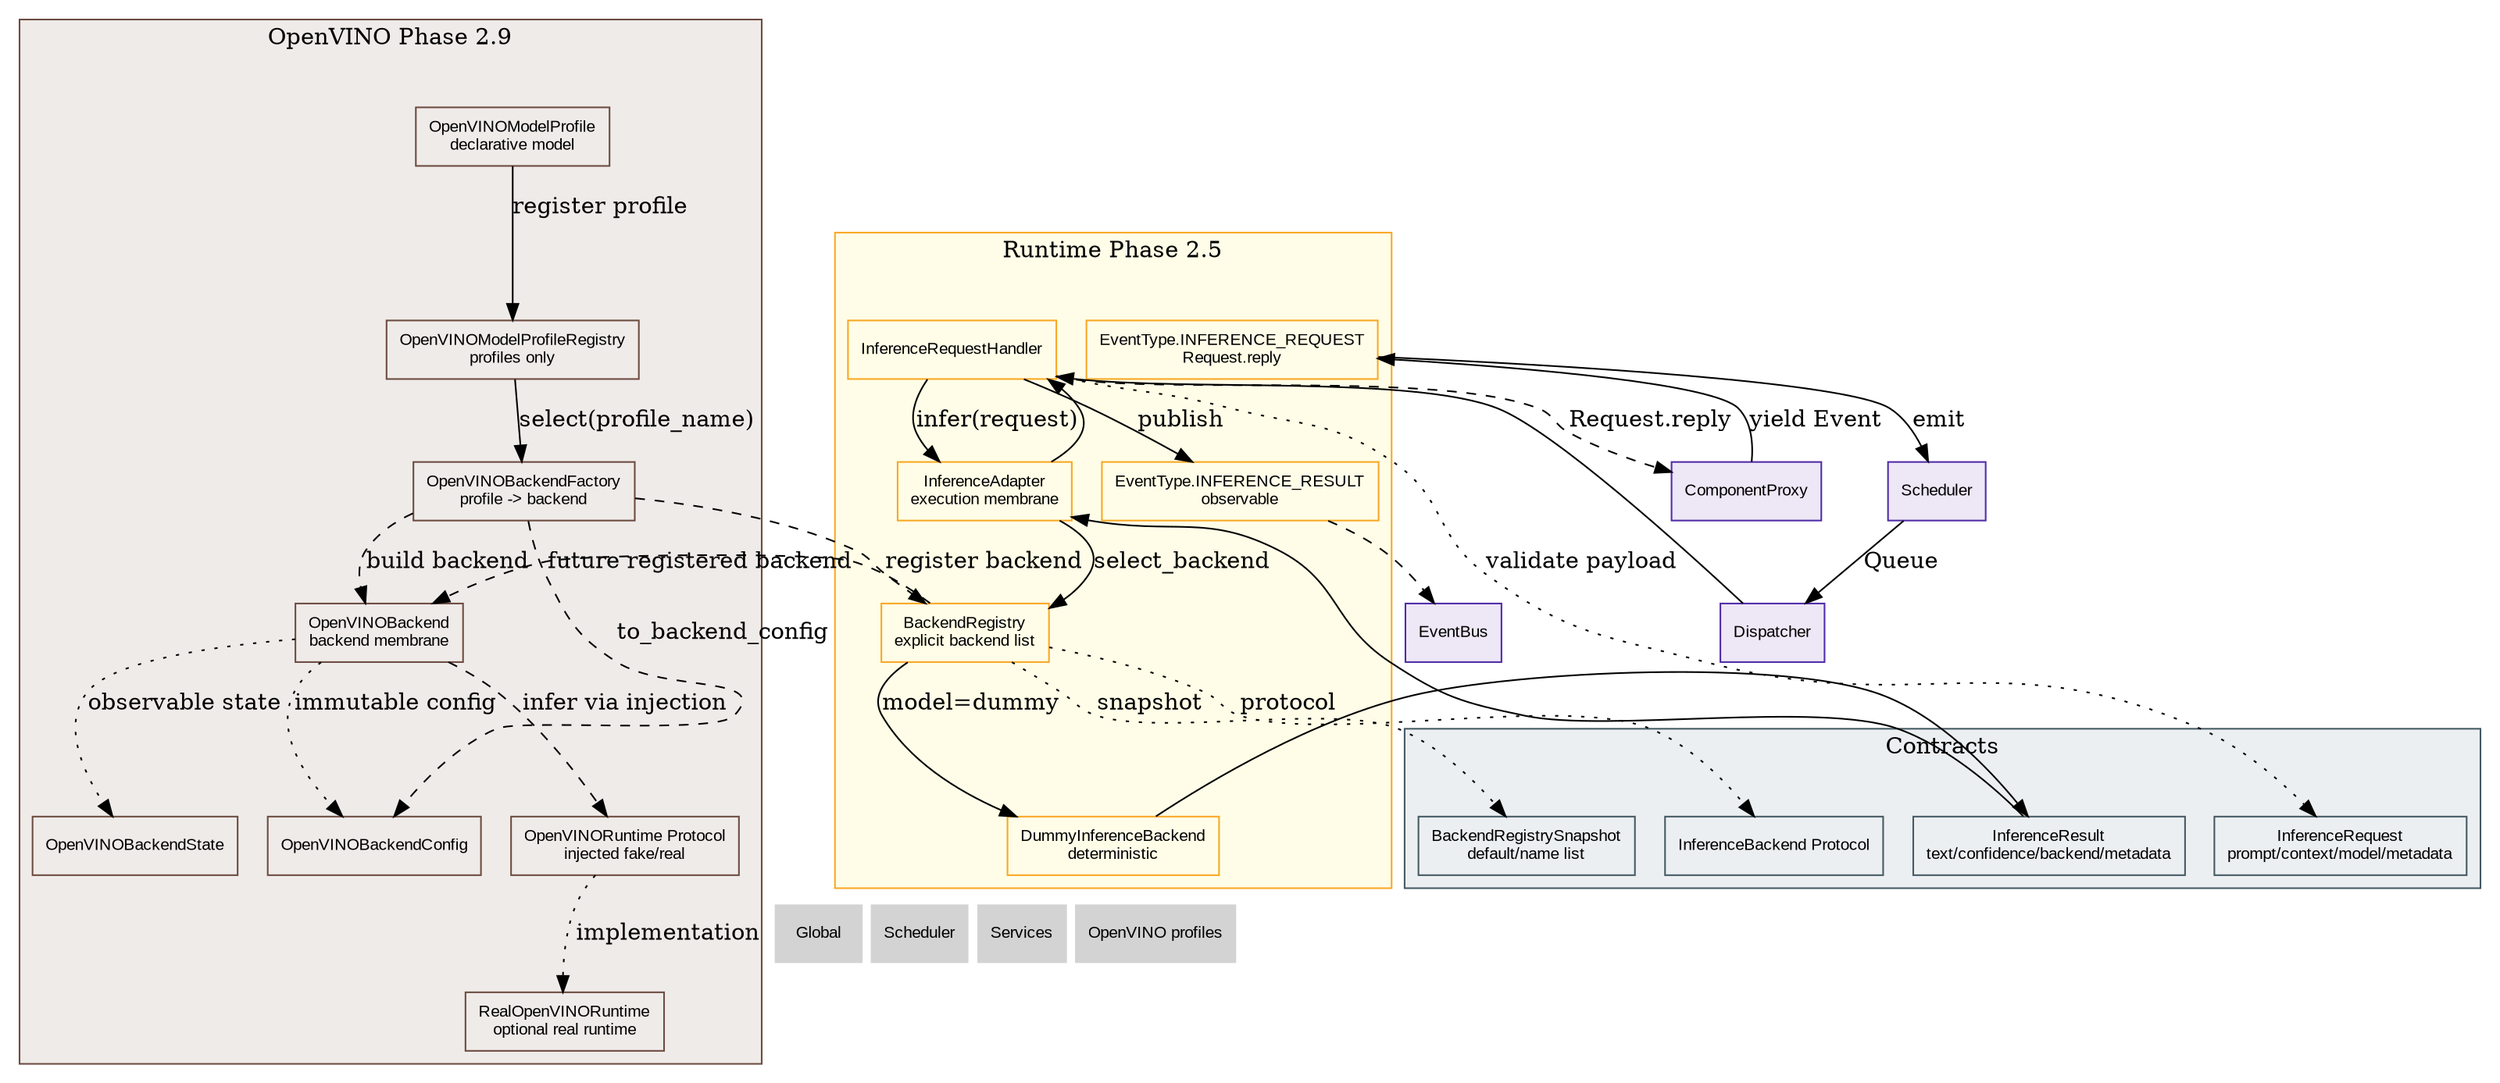
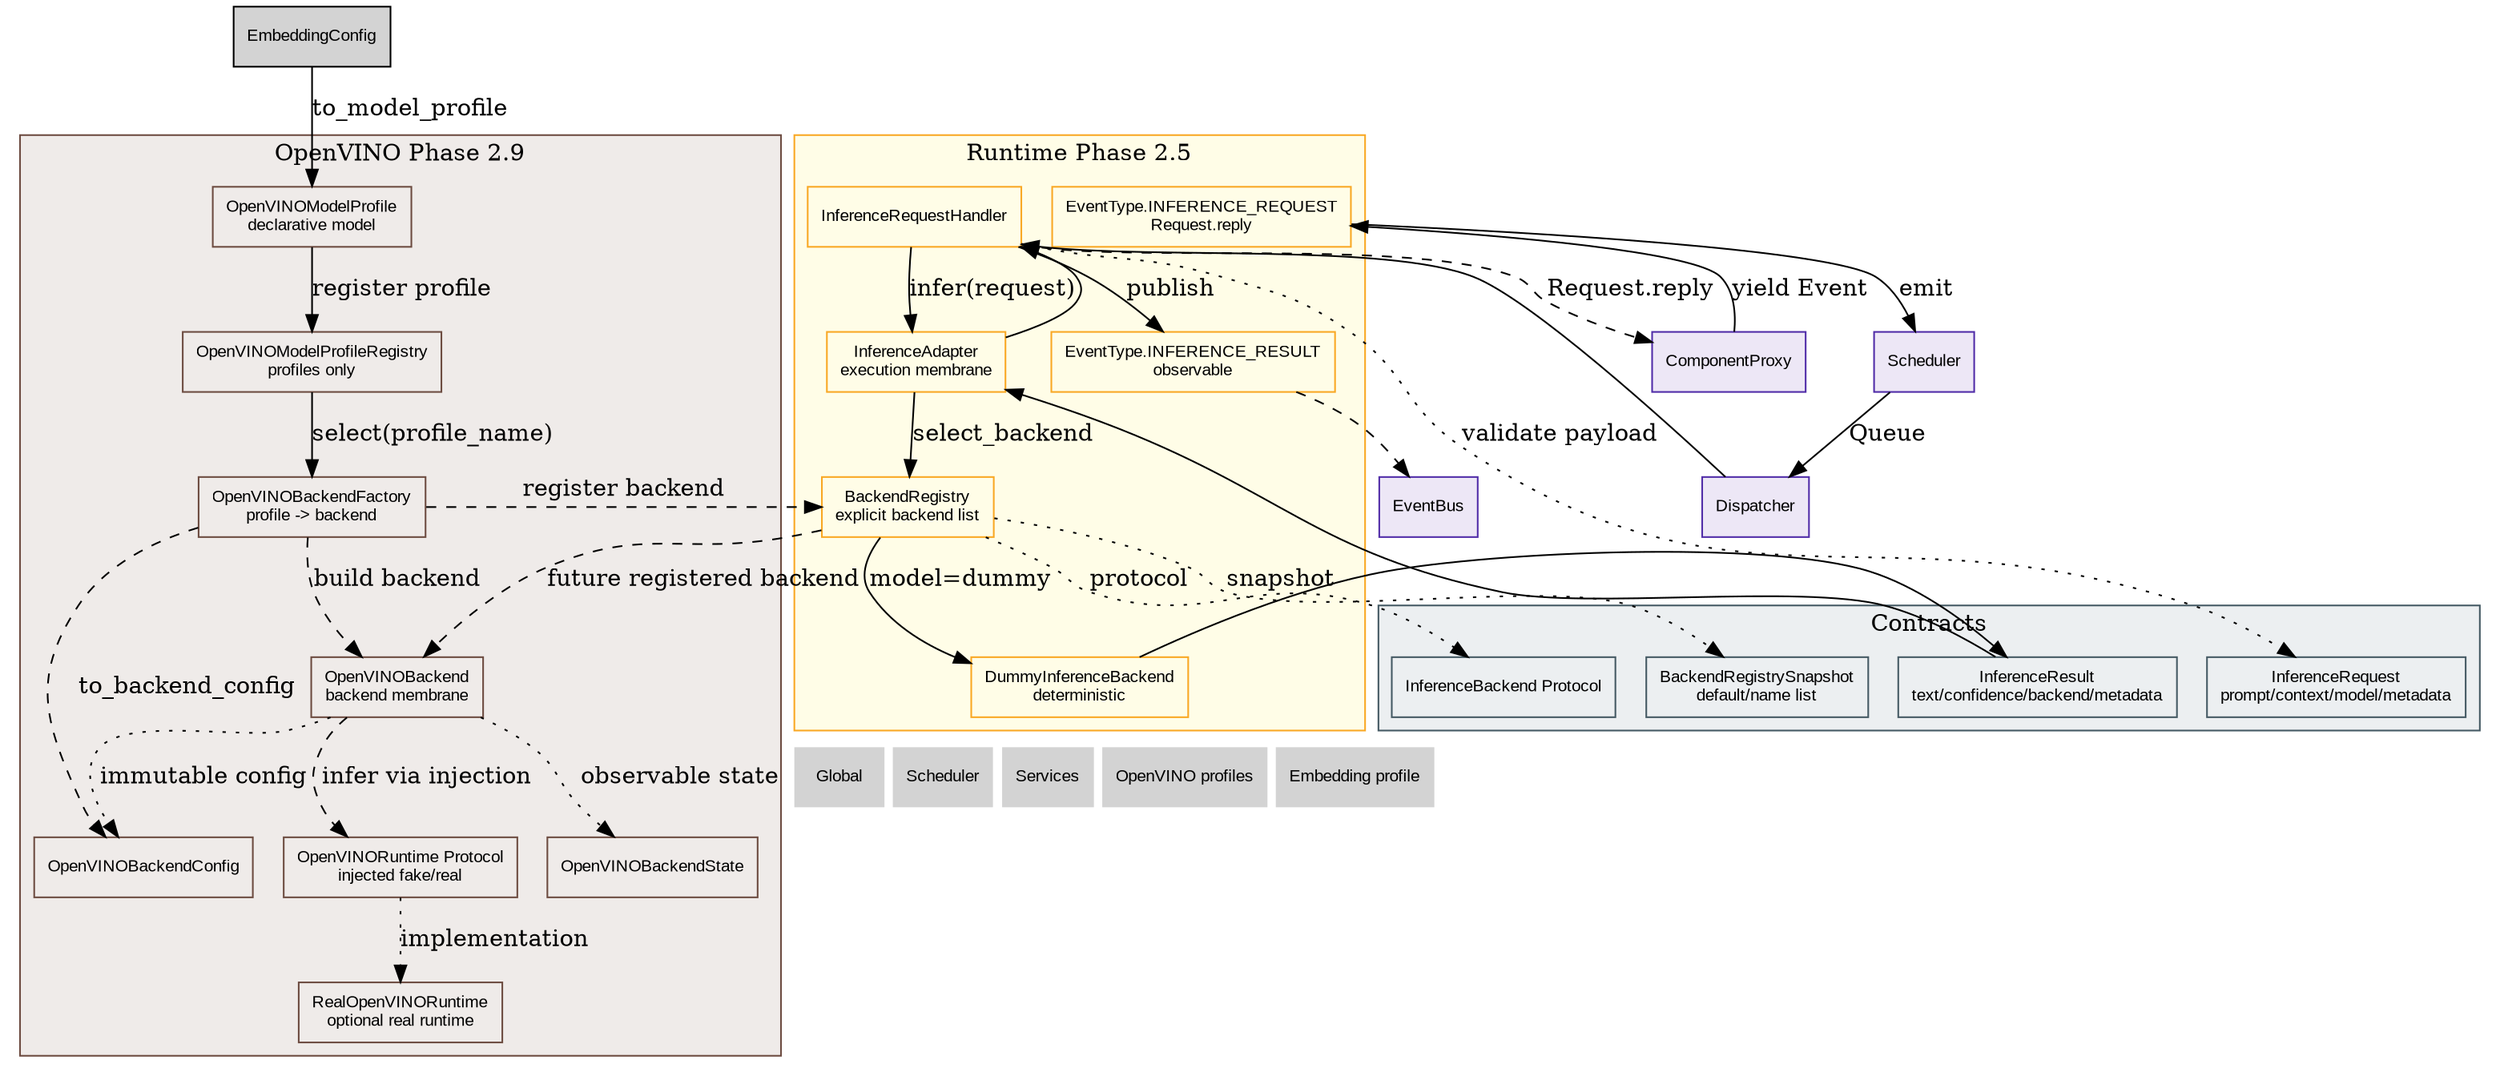
digraph Inference {
    // ROADMAP_ID: inference
    // ROADMAP_PARENT: 00_global.dot

    rankdir=TB;
    node [shape=box, style=filled, fontname="Arial", fontsize=10];

    // ROADMAP_NOTE[phase2_9]:
    // OpenVINOBackend possède maintenant un runtime réel optionnel isolé dans
    // inference/openvino_runtime.py. Le Scheduler, le Dispatcher et
    // ComponentProxy ne changent pas. Aucun modèle n'est imposé : le runtime
    // exécute uniquement des entrées OpenVINO brutes.

    // ROADMAP_NOTE[phase3_0]:
    // Les profils OpenVINO séparent le choix déclaratif des modèles de
    // BackendRegistry. On peut préparer embedding/generation/raw sans imposer
    // de tokenizer ni instancier OpenVINO.

    // ROADMAP_NOTE[phase3_1]:
    // OpenVINOBackendFactory devient le pont explicite entre profils déclarés
    // et backends enregistrés. Aucun fallback modèle n'est ajouté.
+ 
+     // ROADMAP_NOTE[phase3_2]:
+     // OpenVINOEmbeddingProfileConfig fournit une configuration de profil
+     // embedding sans modèle local imposé et sans tokenizer intégré.

    subgraph cluster_contracts {
        label="Contracts";
        color="#455a64";
        bgcolor="#eceff1";
        node [fillcolor="#eceff1", color="#455a64"];
        InferenceRequest [label="InferenceRequest\nprompt/context/model/metadata"];
        InferenceResult [label="InferenceResult\ntext/confidence/backend/metadata"];
        InferenceBackend [label="InferenceBackend Protocol"];
        RegistrySnapshot [label="BackendRegistrySnapshot\ndefault/name list"];
    }

    subgraph cluster_runtime {
        label="Runtime Phase 2.5";
        color="#f9a825";
        bgcolor="#fffde7";
        node [fillcolor="#fffde7", color="#f9a825"];
        EventRequest [label="EventType.INFERENCE_REQUEST\nRequest.reply"];
        Handler [label="InferenceRequestHandler"];
        Adapter [label="InferenceAdapter\nexecution membrane"];
        Registry [label="BackendRegistry\nexplicit backend list"];
        Dummy [label="DummyInferenceBackend\ndeterministic"];
        EventResult [label="EventType.INFERENCE_RESULT\nobservable"];
    }

    subgraph cluster_openvino_contract {
        label="OpenVINO Phase 2.9";
        color="#6d4c41";
        bgcolor="#efebe9";
        node [fillcolor="#efebe9", color="#6d4c41"];
        OpenVINO [label="OpenVINOBackend\nbackend membrane", URL="41_openvino_backend.svg"];
        OpenVINOConfig [label="OpenVINOBackendConfig"];
        OpenVINOState [label="OpenVINOBackendState"];
        OpenVINORuntime [label="OpenVINORuntime Protocol\ninjected fake/real"];
        RealRuntime [label="RealOpenVINORuntime\noptional real runtime", URL="42_openvino_runtime.svg"];
        ModelProfile [label="OpenVINOModelProfile\ndeclarative model", URL="43_openvino_profiles.svg"];
        ProfileRegistry [label="OpenVINOModelProfileRegistry\nprofiles only", URL="43_openvino_profiles.svg"];
        BackendFactory [label="OpenVINOBackendFactory\nprofile -> backend", URL="43_openvino_profiles.svg"];
    }

    Scheduler [fillcolor="#ede7f6", color="#512da8", URL="../scheduler/10_scheduler.svg"];
    Dispatcher [fillcolor="#ede7f6", color="#512da8", URL="../scheduler/dispatcher/11_dispatcher.svg"];
    ComponentProxy [fillcolor="#ede7f6", color="#512da8", URL="../scheduler/component_proxy/14_component_proxy.svg"];
    EventBus [fillcolor="#ede7f6", color="#512da8", URL="../scheduler/event_bus/12_event_bus.svg"];

    ComponentProxy -> EventRequest [label="yield Event"];
    EventRequest -> Scheduler [label="emit"];
    Scheduler -> Dispatcher [label="Queue"];
    Dispatcher -> Handler;
    Handler -> InferenceRequest [style=dotted, label="validate payload"];
    Handler -> Adapter [label="infer(request)"];
    Adapter -> Registry [label="select_backend"];
    Registry -> RegistrySnapshot [style=dotted, label="snapshot"];
    Registry -> InferenceBackend [style=dotted, label="protocol"];
    Registry -> Dummy [label="model=dummy"];
    Dummy -> InferenceResult;
    InferenceResult -> Adapter;
    Adapter -> Handler;
    Handler -> ComponentProxy [label="Request.reply", style=dashed];
    Handler -> EventResult [label="publish"];
    EventResult -> EventBus [style=dashed];

    Registry -> OpenVINO [style=dashed, label="future registered backend"];
    OpenVINO -> OpenVINOConfig [style=dotted, label="immutable config"];
    OpenVINO -> OpenVINOState [style=dotted, label="observable state"];
    OpenVINO -> OpenVINORuntime [style=dashed, label="infer via injection"];
    OpenVINORuntime -> RealRuntime [style=dotted, label="implementation"];
+     EmbeddingConfig -> ModelProfile [label="to_model_profile"];
    ModelProfile -> ProfileRegistry [label="register profile"];
    ProfileRegistry -> BackendFactory [label="select(profile_name)"];
    BackendFactory -> OpenVINOConfig [style=dashed, label="to_backend_config"];
    BackendFactory -> OpenVINO [style=dashed, label="build backend"];
    BackendFactory -> Registry [style=dashed, label="register backend"];

    Nav_Global [label="Global", shape=plaintext, URL="../00_global.svg"];
    Nav_Scheduler [label="Scheduler", shape=plaintext, URL="../scheduler/10_scheduler.svg"];
    Nav_Services [label="Services", shape=plaintext, URL="../services/30_services.svg"];
    Nav_Profiles [label="OpenVINO profiles", shape=plaintext, URL="43_openvino_profiles.svg"];
+     Nav_Embedding [label="Embedding profile", shape=plaintext, URL="44_openvino_embedding_profile.svg"];

-     { rank=sink; Nav_Global; Nav_Scheduler; Nav_Services; Nav_Profiles; }
+     { rank=sink; Nav_Global; Nav_Scheduler; Nav_Services; Nav_Profiles; Nav_Embedding; }
}
